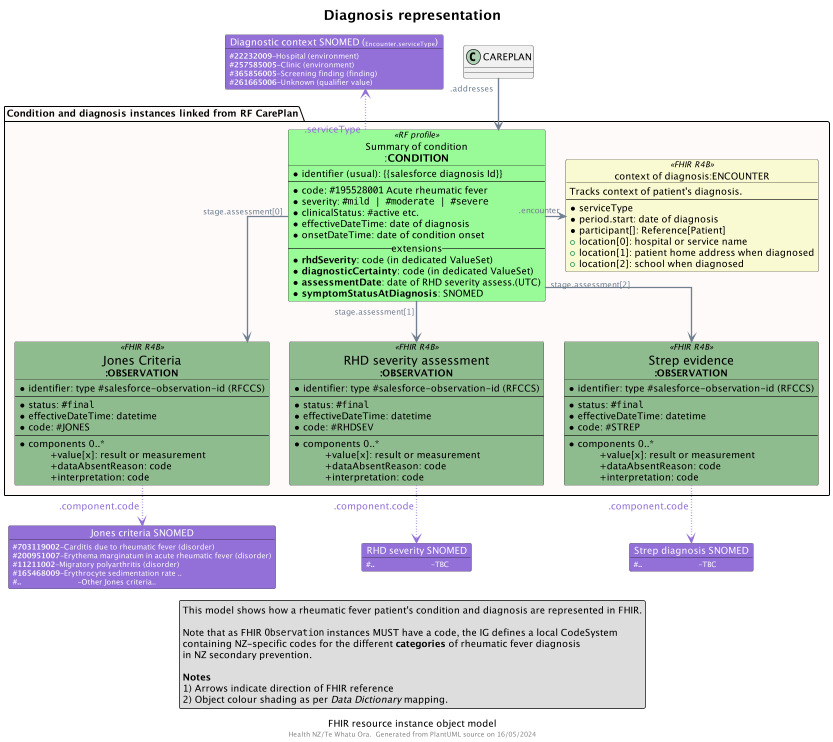
This is input/images/obj-FHIR-data-diagnosis.png from tijijose/cinc-fhir-ig, a PlantUML export, as it was before one commit.
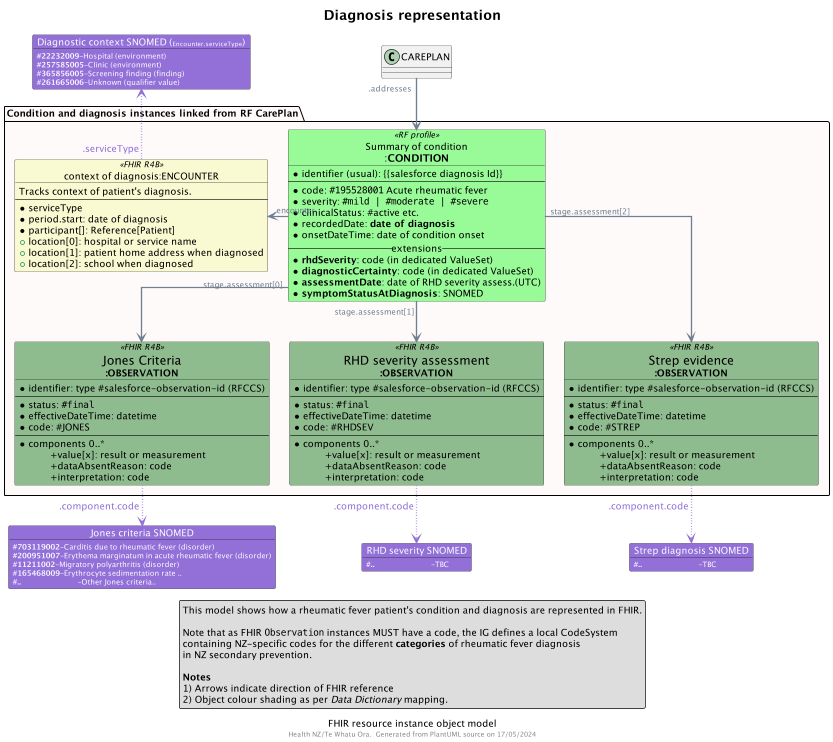
After the commit.

Diff of the diagram source:
```diff
@@ -44,7 +44,7 @@
      * code: ""#195528001"" Acute rheumatic fever
      * severity: ""#mild | #moderate | #severe""
      * clinicalStatus: #active etc.
-     * effectiveDateTime: date of diagnosis
+     * recordedDate: **date of diagnosis**
      * onsetDateTime: date of condition onset
     -- extensions --
       * **rhdSeverity**: code (in dedicated ValueSet)
@@ -130,7 +130,7 @@
 RFCOND "stage.assessment[1]" -d-> OBS2
 RFCOND "stage.assessment[2]" -d-> OBS3
 
-RFCOND "\n\n\n<color:MediumPurple><size:14>.serviceType" -[#MediumPurple,dotted]u-> EncContext
+DENCOUNTER "\n\n\n<color:MediumPurple><size:14>.serviceType" -[#MediumPurple,dotted]u-> EncContext
 
 OBS1 "\n<color:MediumPurple><size:14>.component.code" -[#MediumPurple,dotted]d-> JONESCODING
 OBS2 "\n<color:MediumPurple><size:14>.component.code" -[#MediumPurple,dotted]d-> SEVCODING
```
